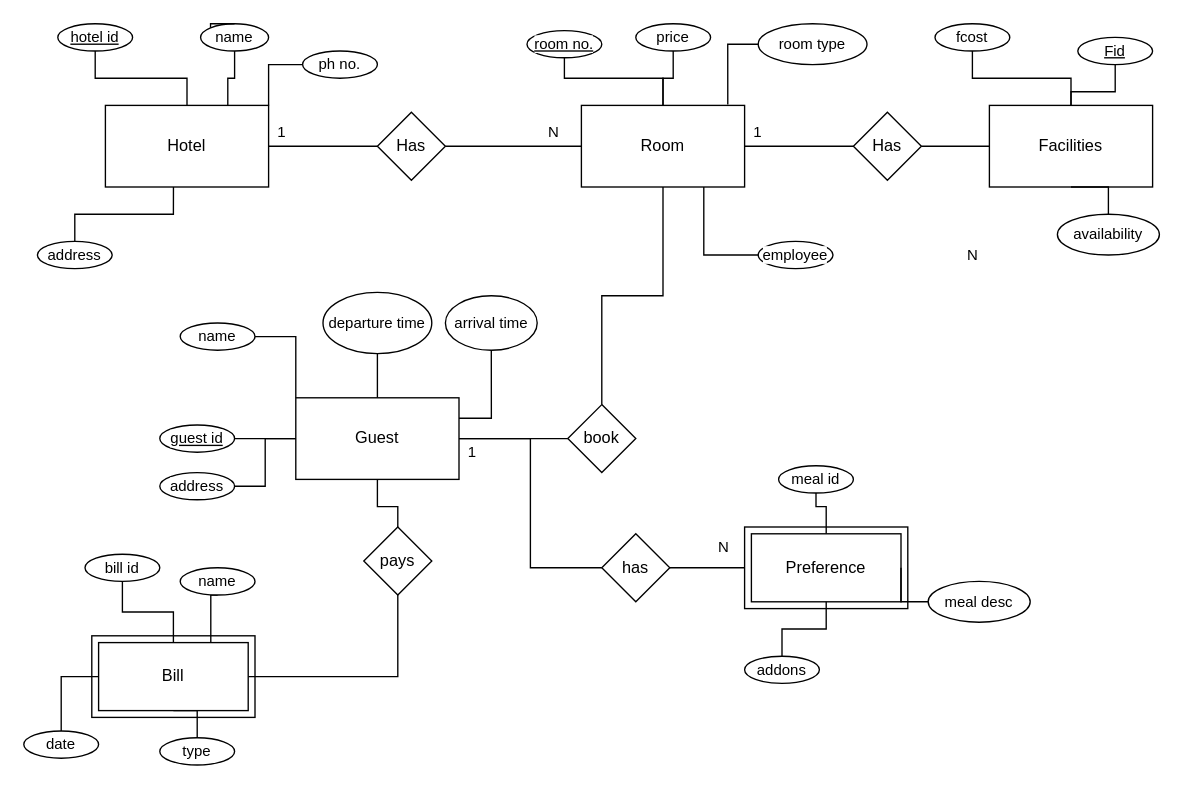
The draw.io diagram Untitled Diagram.drawio in nakshatra-tomar/18CSC303J-Coursework, before the edit. Source tidied: cells renumbered, new cells numbered last; positions are measured from the earlier drawing's top-left corner, leaving out a move shared by most shapes. Both pictures are drawn from the tidied source at 136%, with x=0, y=0 at pixel (23, 23).
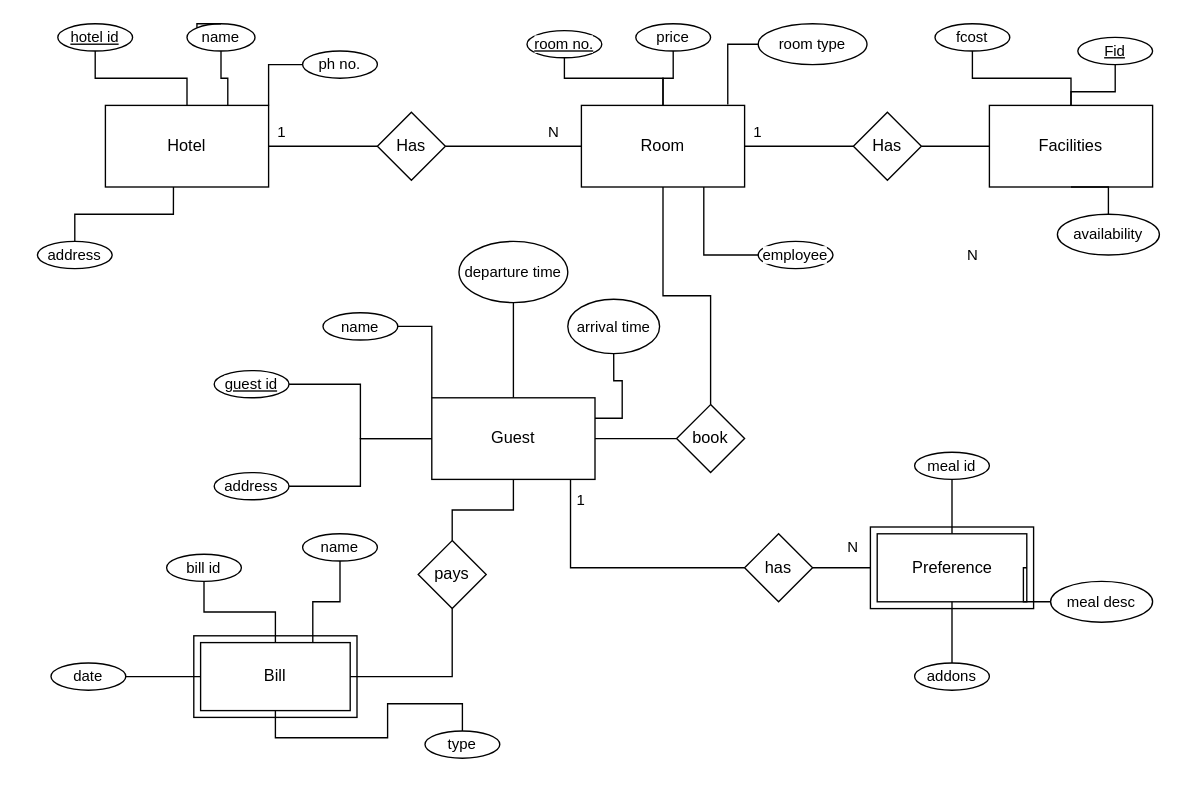
The same diagram, later.

The edit, as a diff of the source:
```diff
@@
-    <mxCell id="9" style="edgeStyle=orthogonalEdgeStyle;rounded=0;jettySize=auto;html=1;entryX=0;entryY=0.5;entryDx=0;entryDy=0;strokeColor=default;align=center;verticalAlign=middle;fontFamily=Helvetica;fontSize=11;fontColor=default;labelBackgroundColor=default;endArrow=none;endFill=0;" parent="1" edge="1" source="12" target="22">
-      <mxGeometry relative="1" as="geometry" />
-    </mxCell>
@@
     <mxCell id="12" value="Guest" style="rounded=0;whiteSpace=wrap;html=1;" parent="1" vertex="1">
-      <mxGeometry x="200" y="275" width="120" height="60" as="geometry" />
+      <mxGeometry x="300" y="275" width="120" height="60" as="geometry" />
     </mxCell>
     <mxCell id="13" style="rounded=0;whiteSpace=wrap;html=1;" parent="1" vertex="1">
-      <mxGeometry x="50" y="450" width="120" height="60" as="geometry" />
+      <mxGeometry x="125" y="450" width="120" height="60" as="geometry" />
     </mxCell>
     <mxCell id="14" style="rounded=0;whiteSpace=wrap;html=1;" parent="1" vertex="1">
-      <mxGeometry x="530" y="370" width="120" height="60" as="geometry" />
+      <mxGeometry x="622.5" y="370" width="120" height="60" as="geometry" />
     </mxCell>
@@
     <mxCell id="20" value="book" style="rhombus;whiteSpace=wrap;html=1;" parent="1" vertex="1">
-      <mxGeometry x="400" y="280" width="50" height="50" as="geometry" />
+      <mxGeometry x="480" y="280" width="50" height="50" as="geometry" />
     </mxCell>
@@
     <mxCell id="22" value="has" style="rhombus;whiteSpace=wrap;html=1;" parent="1" vertex="1">
-      <mxGeometry x="425" y="375" width="50" height="50" as="geometry" />
+      <mxGeometry x="530" y="375" width="50" height="50" as="geometry" />
     </mxCell>
@@
     <mxCell id="24" value="Bill" style="rounded=0;whiteSpace=wrap;html=1;" parent="1" vertex="1">
-      <mxGeometry x="55" y="455" width="110" height="50" as="geometry" />
+      <mxGeometry x="130" y="455" width="110" height="50" as="geometry" />
     </mxCell>
@@
     <mxCell id="26" value="Preference" style="rounded=0;whiteSpace=wrap;html=1;" parent="1" vertex="1">
-      <mxGeometry x="535" y="375" width="110" height="50" as="geometry" />
+      <mxGeometry x="627.5" y="375" width="110" height="50" as="geometry" />
     </mxCell>
     <mxCell id="27" value="pays" style="rhombus;whiteSpace=wrap;html=1;" parent="1" vertex="1">
-      <mxGeometry x="250" y="370" width="50" height="50" as="geometry" />
+      <mxGeometry x="290" y="380" width="50" height="50" as="geometry" />
     </mxCell>
@@
     <mxCell id="31" value="name" style="ellipse;whiteSpace=wrap;html=1;fontFamily=Helvetica;fontSize=11;fontColor=default;labelBackgroundColor=default;" parent="1" vertex="1">
-      <mxGeometry x="130" width="50" height="20" as="geometry" />
+      <mxGeometry x="120" width="50" height="20" as="geometry" />
     </mxCell>
@@
     <mxCell id="46" value="name" style="ellipse;whiteSpace=wrap;html=1;fontFamily=Helvetica;fontSize=11;fontColor=default;labelBackgroundColor=default;" parent="1" vertex="1">
-      <mxGeometry x="115" y="220" width="55" height="20" as="geometry" />
+      <mxGeometry x="220" y="212.5" width="55" height="20" as="geometry" />
     </mxCell>
@@
     <mxCell id="48" value="&lt;u&gt;guest id&lt;/u&gt;" style="ellipse;whiteSpace=wrap;html=1;fontFamily=Helvetica;fontSize=11;fontColor=default;labelBackgroundColor=default;" parent="1" vertex="1">
-      <mxGeometry x="100" y="295" width="55" height="20" as="geometry" />
+      <mxGeometry x="140" y="255" width="55" height="20" as="geometry" />
     </mxCell>
     <mxCell id="49" value="departure time" style="ellipse;whiteSpace=wrap;html=1;fontFamily=Helvetica;fontSize=11;fontColor=default;labelBackgroundColor=default;" parent="1" vertex="1">
-      <mxGeometry x="220" y="197.5" width="80" height="45" as="geometry" />
+      <mxGeometry x="320" y="160" width="80" height="45" as="geometry" />
     </mxCell>
@@
     <mxCell id="51" value="arrival time" style="ellipse;whiteSpace=wrap;html=1;fontFamily=Helvetica;fontSize=11;fontColor=default;labelBackgroundColor=default;" parent="1" vertex="1">
-      <mxGeometry x="310" y="200" width="67.5" height="40" as="geometry" />
+      <mxGeometry x="400" y="202.5" width="67.5" height="40" as="geometry" />
     </mxCell>
@@
     <mxCell id="53" value="address" style="ellipse;whiteSpace=wrap;html=1;fontFamily=Helvetica;fontSize=11;fontColor=default;labelBackgroundColor=default;" parent="1" vertex="1">
-      <mxGeometry x="100" y="330" width="55" height="20" as="geometry" />
+      <mxGeometry x="140" y="330" width="55" height="20" as="geometry" />
     </mxCell>
@@
     <mxCell id="55" value="meal desc" style="ellipse;whiteSpace=wrap;html=1;fontFamily=Helvetica;fontSize=11;fontColor=default;labelBackgroundColor=default;" parent="1" vertex="1">
-      <mxGeometry x="665" y="410" width="75" height="30" as="geometry" />
+      <mxGeometry x="755" y="410" width="75" height="30" as="geometry" />
     </mxCell>
@@
     <mxCell id="57" value="addons" style="ellipse;whiteSpace=wrap;html=1;fontFamily=Helvetica;fontSize=11;fontColor=default;labelBackgroundColor=default;" parent="1" vertex="1">
-      <mxGeometry x="530" y="465" width="55" height="20" as="geometry" />
+      <mxGeometry x="655" y="470" width="55" height="20" as="geometry" />
     </mxCell>
     <mxCell id="58" value="meal id" style="ellipse;whiteSpace=wrap;html=1;fontFamily=Helvetica;fontSize=11;fontColor=default;labelBackgroundColor=default;" parent="1" vertex="1">
-      <mxGeometry x="555" y="325" width="55" height="20" as="geometry" />
+      <mxGeometry x="655" y="315" width="55" height="20" as="geometry" />
     </mxCell>
@@
     <mxCell id="60" value="name" style="ellipse;whiteSpace=wrap;html=1;fontFamily=Helvetica;fontSize=11;fontColor=default;labelBackgroundColor=default;" parent="1" vertex="1">
-      <mxGeometry x="115" y="400" width="55" height="20" as="geometry" />
+      <mxGeometry x="205" y="375" width="55" height="20" as="geometry" />
     </mxCell>
@@
     <mxCell id="62" value="bill id" style="ellipse;whiteSpace=wrap;html=1;fontFamily=Helvetica;fontSize=11;fontColor=default;labelBackgroundColor=default;" parent="1" vertex="1">
-      <mxGeometry x="45" y="390" width="55" height="20" as="geometry" />
+      <mxGeometry x="105" y="390" width="55" height="20" as="geometry" />
     </mxCell>
@@
     <mxCell id="64" value="date" style="ellipse;whiteSpace=wrap;html=1;fontFamily=Helvetica;fontSize=11;fontColor=default;labelBackgroundColor=default;" parent="1" vertex="1">
-      <mxGeometry y="520" width="55" height="20" as="geometry" />
+      <mxGeometry x="20" y="470" width="55" height="20" as="geometry" />
     </mxCell>
@@
     <mxCell id="66" value="type" style="ellipse;whiteSpace=wrap;html=1;fontFamily=Helvetica;fontSize=11;fontColor=default;labelBackgroundColor=default;" parent="1" vertex="1">
-      <mxGeometry x="100" y="525" width="55" height="20" as="geometry" />
+      <mxGeometry x="295" y="520" width="55" height="20" as="geometry" />
     </mxCell>
@@
     <mxCell id="74" value="1" style="text;strokeColor=none;align=center;fillColor=none;html=1;verticalAlign=middle;whiteSpace=wrap;rounded=0;fontFamily=Helvetica;fontSize=11;fontColor=default;labelBackgroundColor=default;" parent="1" vertex="1">
-      <mxGeometry x="300" y="300" width="60" height="30" as="geometry" />
+      <mxGeometry x="380" y="335" width="60" height="30" as="geometry" />
     </mxCell>
@@
     <mxCell id="77" value="N" style="text;strokeColor=none;align=center;fillColor=none;html=1;verticalAlign=middle;whiteSpace=wrap;rounded=0;fontFamily=Helvetica;fontSize=11;fontColor=default;labelBackgroundColor=default;" parent="1" vertex="1">
-      <mxGeometry x="475" y="360" width="80" height="50" as="geometry" />
+      <mxGeometry x="570" y="360" width="80" height="50" as="geometry" />
     </mxCell>
+    <mxCell id="78" style="edgeStyle=orthogonalEdgeStyle;rounded=0;jettySize=auto;html=1;entryX=0.85;entryY=1;entryDx=0;entryDy=0;entryPerimeter=0;endArrow=none;endFill=0;" parent="1" edge="1" source="22" target="12">
+      <mxGeometry relative="1" as="geometry" />
+    </mxCell>
```
